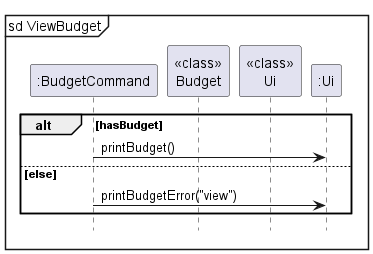
nus-cs2113-AY2324S1/tp keeps this PlantUML diagram as docs/images/viewBudget.png. Above is the earlier version.
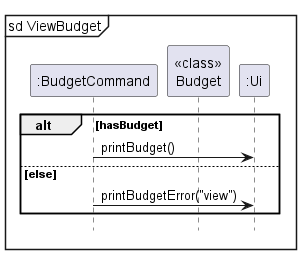
Later version of the same file.

Diff of the diagram source:
```diff
@@ -3,7 +3,6 @@
 mainframe sd ViewBudget
 participant ":BudgetCommand" as BudgetCommand
 participant "<<class>>\nBudget" as Budget
-participant "<<class>>\nUi" as UiClass
 participant ":Ui" as Ui
 
 alt hasBudget
```
